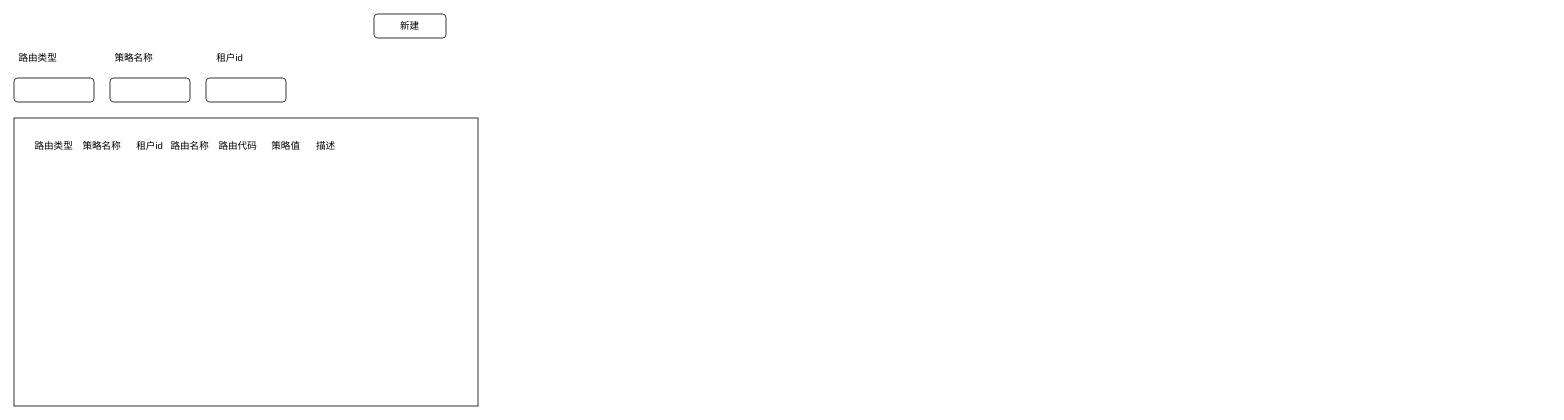
The draw.io diagram page "路由配置页面" (2 of 2) of 未命名绘图.drawio in littleDagron/Codepractice, before the edit. Source tidied: cells renumbered, new cells numbered last; positions are measured from the earlier drawing's top-left corner, leaving out a move shared by most shapes. Both pictures are drawn from the tidied source at 80%, with x=0, y=0 at pixel (14, 14).
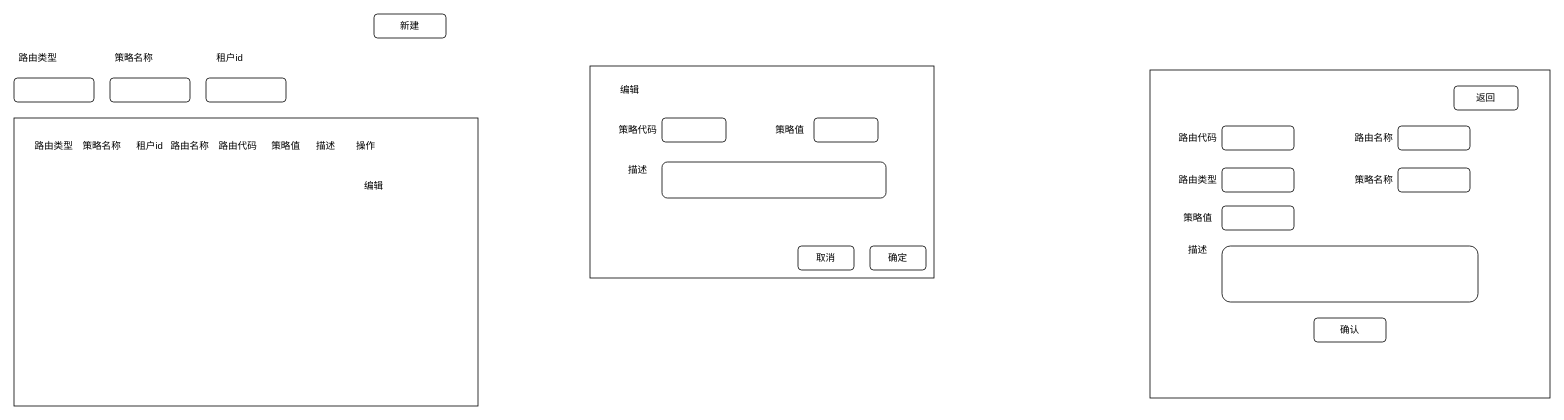
The same diagram, later.

Commit message:
商户路由配置页面.drawio

What changed in the source:
```diff
@@
+    <mxCell id="20" value="编辑" style="text;html=1;strokeColor=none;fillColor=none;align=center;verticalAlign=middle;whiteSpace=wrap;rounded=0;" parent="1" vertex="1">
+      <mxGeometry x="420" y="200" width="60" height="30" as="geometry" />
+    </mxCell>
+    <mxCell id="21" value="操作" style="text;html=1;strokeColor=none;fillColor=none;align=center;verticalAlign=middle;whiteSpace=wrap;rounded=0;" parent="1" vertex="1">
+      <mxGeometry x="410" y="150" width="60" height="30" as="geometry" />
+    </mxCell>
+    <mxCell id="22" style="rounded=0;whiteSpace=wrap;html=1;" parent="1" vertex="1">
+      <mxGeometry x="720" y="65" width="430" height="265" as="geometry" />
+    </mxCell>
+    <mxCell id="23" value="编辑" style="text;html=1;strokeColor=none;fillColor=none;align=center;verticalAlign=middle;whiteSpace=wrap;rounded=0;" parent="1" vertex="1">
+      <mxGeometry x="740" y="80" width="60" height="30" as="geometry" />
+    </mxCell>
+    <mxCell id="24" value="确定" style="rounded=1;whiteSpace=wrap;html=1;" parent="1" vertex="1">
+      <mxGeometry x="1070" y="290" width="70" height="30" as="geometry" />
+    </mxCell>
+    <mxCell id="25" value="取消" style="rounded=1;whiteSpace=wrap;html=1;" parent="1" vertex="1">
+      <mxGeometry x="980" y="290" width="70" height="30" as="geometry" />
+    </mxCell>
+    <mxCell id="26" value="策略代码" style="text;html=1;strokeColor=none;fillColor=none;align=center;verticalAlign=middle;whiteSpace=wrap;rounded=0;" parent="1" vertex="1">
+      <mxGeometry x="750" y="130" width="60" height="30" as="geometry" />
+    </mxCell>
+    <mxCell id="27" style="rounded=1;whiteSpace=wrap;html=1;" parent="1" vertex="1">
+      <mxGeometry x="810" y="130" width="80" height="30" as="geometry" />
+    </mxCell>
+    <mxCell id="28" value="策略值" style="text;html=1;strokeColor=none;fillColor=none;align=center;verticalAlign=middle;whiteSpace=wrap;rounded=0;" parent="1" vertex="1">
+      <mxGeometry x="940" y="130" width="60" height="30" as="geometry" />
+    </mxCell>
+    <mxCell id="29" style="rounded=1;whiteSpace=wrap;html=1;" parent="1" vertex="1">
+      <mxGeometry x="1000" y="130" width="80" height="30" as="geometry" />
+    </mxCell>
+    <mxCell id="30" value="描述" style="text;html=1;strokeColor=none;fillColor=none;align=center;verticalAlign=middle;whiteSpace=wrap;rounded=0;" parent="1" vertex="1">
+      <mxGeometry x="750" y="180" width="60" height="30" as="geometry" />
+    </mxCell>
+    <mxCell id="31" style="rounded=1;whiteSpace=wrap;html=1;" parent="1" vertex="1">
+      <mxGeometry x="810" y="185" width="280" height="45" as="geometry" />
+    </mxCell>
+    <mxCell id="32" style="rounded=0;whiteSpace=wrap;html=1;" parent="1" vertex="1">
+      <mxGeometry x="1420" y="70" width="500" height="410" as="geometry" />
+    </mxCell>
+    <mxCell id="33" value="返回" style="rounded=1;whiteSpace=wrap;html=1;" parent="1" vertex="1">
+      <mxGeometry x="1800" y="90" width="80" height="30" as="geometry" />
+    </mxCell>
+    <mxCell id="34" value="确认" style="rounded=1;whiteSpace=wrap;html=1;" parent="1" vertex="1">
+      <mxGeometry x="1625" y="380" width="90" height="30" as="geometry" />
+    </mxCell>
+    <mxCell id="35" value="路由代码" style="text;html=1;strokeColor=none;fillColor=none;align=center;verticalAlign=middle;whiteSpace=wrap;rounded=0;" parent="1" vertex="1">
+      <mxGeometry x="1450" y="140" width="60" height="30" as="geometry" />
+    </mxCell>
+    <mxCell id="36" style="rounded=1;whiteSpace=wrap;html=1;" parent="1" vertex="1">
+      <mxGeometry x="1510" y="140" width="90" height="30" as="geometry" />
+    </mxCell>
+    <mxCell id="37" value="路由名称" style="text;html=1;strokeColor=none;fillColor=none;align=center;verticalAlign=middle;whiteSpace=wrap;rounded=0;" parent="1" vertex="1">
+      <mxGeometry x="1670" y="140" width="60" height="30" as="geometry" />
+    </mxCell>
+    <mxCell id="38" style="rounded=1;whiteSpace=wrap;html=1;" parent="1" vertex="1">
+      <mxGeometry x="1730" y="140" width="90" height="30" as="geometry" />
+    </mxCell>
+    <mxCell id="39" value="路由类型" style="text;html=1;strokeColor=none;fillColor=none;align=center;verticalAlign=middle;whiteSpace=wrap;rounded=0;" parent="1" vertex="1">
+      <mxGeometry x="1450" y="192.5" width="60" height="30" as="geometry" />
+    </mxCell>
+    <mxCell id="40" style="rounded=1;whiteSpace=wrap;html=1;" parent="1" vertex="1">
+      <mxGeometry x="1510" y="192.5" width="90" height="30" as="geometry" />
+    </mxCell>
+    <mxCell id="41" value="策略名称" style="text;html=1;strokeColor=none;fillColor=none;align=center;verticalAlign=middle;whiteSpace=wrap;rounded=0;" parent="1" vertex="1">
+      <mxGeometry x="1670" y="192.5" width="60" height="30" as="geometry" />
+    </mxCell>
+    <mxCell id="42" style="rounded=1;whiteSpace=wrap;html=1;" parent="1" vertex="1">
+      <mxGeometry x="1730" y="192.5" width="90" height="30" as="geometry" />
+    </mxCell>
+    <mxCell id="43" value="策略值" style="text;html=1;strokeColor=none;fillColor=none;align=center;verticalAlign=middle;whiteSpace=wrap;rounded=0;" parent="1" vertex="1">
+      <mxGeometry x="1450" y="240" width="60" height="30" as="geometry" />
+    </mxCell>
+    <mxCell id="44" style="rounded=1;whiteSpace=wrap;html=1;" parent="1" vertex="1">
+      <mxGeometry x="1510" y="240" width="90" height="30" as="geometry" />
+    </mxCell>
+    <mxCell id="45" value="描述" style="text;html=1;strokeColor=none;fillColor=none;align=center;verticalAlign=middle;whiteSpace=wrap;rounded=0;" parent="1" vertex="1">
+      <mxGeometry x="1450" y="280" width="60" height="30" as="geometry" />
+    </mxCell>
+    <mxCell id="46" style="rounded=1;whiteSpace=wrap;html=1;" parent="1" vertex="1">
+      <mxGeometry x="1510" y="290" width="320" height="70" as="geometry" />
+    </mxCell>
```
